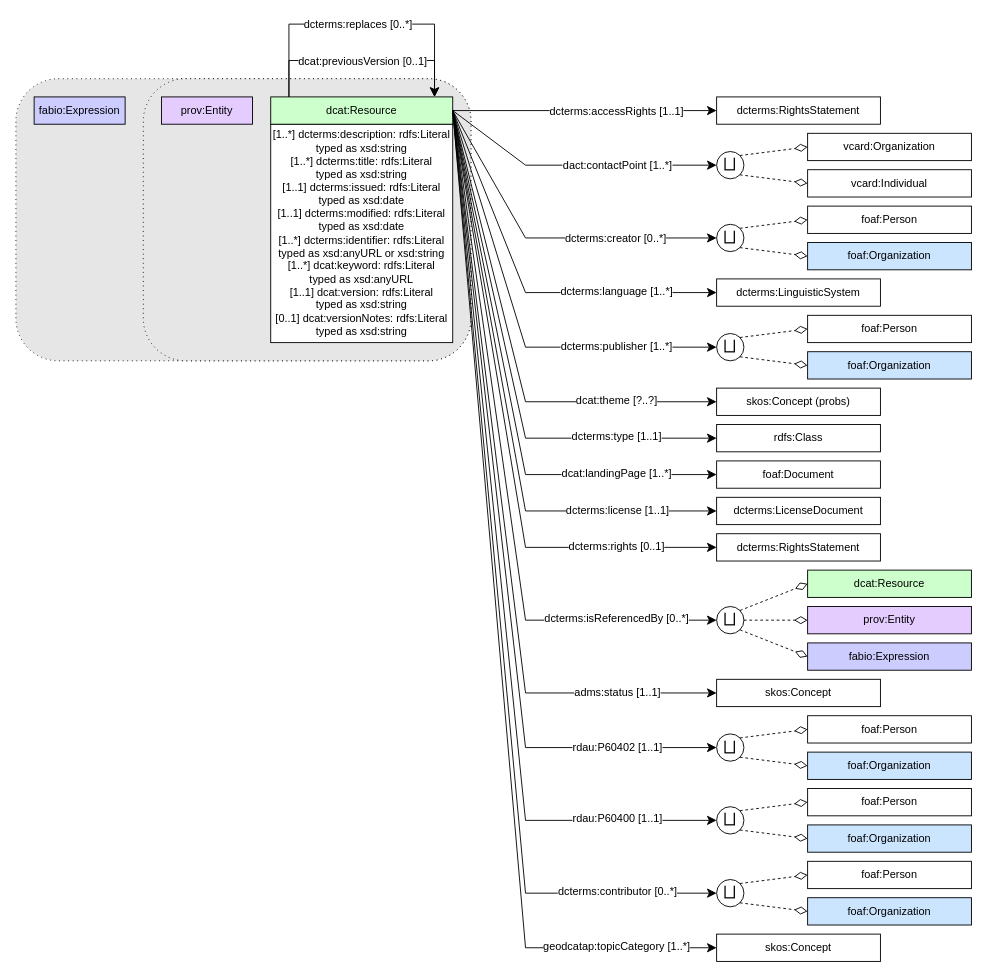
NERC-CEH/digital-objects-ontology keeps this draw.io diagram as CEH-DCAT-AP/CEH-DCAT-AP_diagrams/dcat-resource.drawio. Above is the earlier version. Source tidied: cells renumbered, new cells numbered last; positions are measured from the earlier drawing's top-left corner, leaving out a move shared by most shapes. Both pictures are drawn from the tidied source at 91%, with x=0, y=0 at pixel (15, 24).
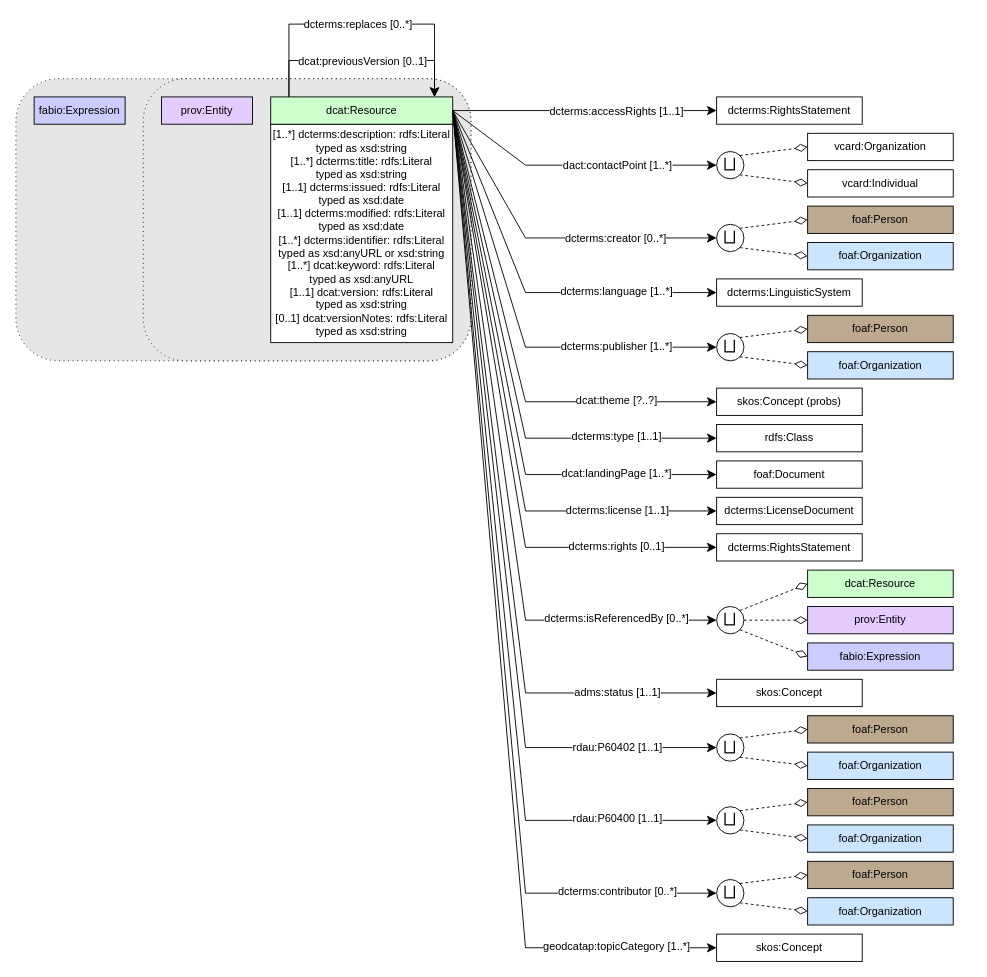
Above is the later version.

Commit message (it also covers changes not shown here):
minor corrections to diagram and updated colour scheme

Change to the diagram source:
```diff
@@
     <mxCell id="10" value="foaf:Organization" style="rounded=0;whiteSpace=wrap;html=1;snapToPoint=1;points=[[0.1,0],[0.2,0],[0.3,0],[0.4,0],[0.5,0],[0.6,0],[0.7,0],[0.8,0],[0.9,0],[0,0.1],[0,0.3],[0,0.5],[0,0.7],[0,0.9],[0.1,1],[0.2,1],[0.3,1],[0.4,1],[0.5,1],[0.6,1],[0.7,1],[0.8,1],[0.9,1],[1,0.1],[1,0.3],[1,0.5],[1,0.7],[1,0.9]];fillColor=#CCE5FF;" parent="1" vertex="1">
-      <mxGeometry x="870" y="240" width="180" height="30" as="geometry" />
+      <mxGeometry x="870" y="240" width="160" height="30" as="geometry" />
     </mxCell>
-    <mxCell id="11" value="foaf:Person" style="rounded=0;whiteSpace=wrap;html=1;snapToPoint=1;points=[[0.1,0],[0.2,0],[0.3,0],[0.4,0],[0.5,0],[0.6,0],[0.7,0],[0.8,0],[0.9,0],[0,0.1],[0,0.3],[0,0.5],[0,0.7],[0,0.9],[0.1,1],[0.2,1],[0.3,1],[0.4,1],[0.5,1],[0.6,1],[0.7,1],[0.8,1],[0.9,1],[1,0.1],[1,0.3],[1,0.5],[1,0.7],[1,0.9]];" parent="1" vertex="1">
-      <mxGeometry x="870" y="200" width="180" height="30" as="geometry" />
+    <mxCell id="11" value="foaf:Person" style="rounded=0;whiteSpace=wrap;html=1;snapToPoint=1;points=[[0.1,0],[0.2,0],[0.3,0],[0.4,0],[0.5,0],[0.6,0],[0.7,0],[0.8,0],[0.9,0],[0,0.1],[0,0.3],[0,0.5],[0,0.7],[0,0.9],[0.1,1],[0.2,1],[0.3,1],[0.4,1],[0.5,1],[0.6,1],[0.7,1],[0.8,1],[0.9,1],[1,0.1],[1,0.3],[1,0.5],[1,0.7],[1,0.9]];fillColor=#BDA890;" parent="1" vertex="1">
+      <mxGeometry x="870" y="200" width="160" height="30" as="geometry" />
     </mxCell>
     <mxCell id="12" value="vcard:Individual" style="rounded=0;whiteSpace=wrap;html=1;snapToPoint=1;points=[[0.1,0],[0.2,0],[0.3,0],[0.4,0],[0.5,0],[0.6,0],[0.7,0],[0.8,0],[0.9,0],[0,0.1],[0,0.3],[0,0.5],[0,0.7],[0,0.9],[0.1,1],[0.2,1],[0.3,1],[0.4,1],[0.5,1],[0.6,1],[0.7,1],[0.8,1],[0.9,1],[1,0.1],[1,0.3],[1,0.5],[1,0.7],[1,0.9]];" parent="1" vertex="1">
-      <mxGeometry x="870" y="160" width="180" height="30" as="geometry" />
+      <mxGeometry x="870" y="160" width="160" height="30" as="geometry" />
     </mxCell>
     <mxCell id="13" value="dcterms:RightsStatement" style="rounded=0;whiteSpace=wrap;html=1;snapToPoint=1;points=[[0.1,0],[0.2,0],[0.3,0],[0.4,0],[0.5,0],[0.6,0],[0.7,0],[0.8,0],[0.9,0],[0,0.1],[0,0.3],[0,0.5],[0,0.7],[0,0.9],[0.1,1],[0.2,1],[0.3,1],[0.4,1],[0.5,1],[0.6,1],[0.7,1],[0.8,1],[0.9,1],[1,0.1],[1,0.3],[1,0.5],[1,0.7],[1,0.9]];" parent="1" vertex="1">
-      <mxGeometry x="770" y="80" width="180" height="30" as="geometry" />
+      <mxGeometry x="770" y="80" width="160" height="30" as="geometry" />
     </mxCell>
     <mxCell id="14" value="vcard:Organization" style="rounded=0;whiteSpace=wrap;html=1;snapToPoint=1;points=[[0.1,0],[0.2,0],[0.3,0],[0.4,0],[0.5,0],[0.6,0],[0.7,0],[0.8,0],[0.9,0],[0,0.1],[0,0.3],[0,0.5],[0,0.7],[0,0.9],[0.1,1],[0.2,1],[0.3,1],[0.4,1],[0.5,1],[0.6,1],[0.7,1],[0.8,1],[0.9,1],[1,0.1],[1,0.3],[1,0.5],[1,0.7],[1,0.9]];" parent="1" vertex="1">
-      <mxGeometry x="870" y="120" width="180" height="30" as="geometry" />
+      <mxGeometry x="870" y="120" width="160" height="30" as="geometry" />
     </mxCell>
@@
     <mxCell id="24" value="dcterms:LinguisticSystem" style="rounded=0;whiteSpace=wrap;html=1;snapToPoint=1;points=[[0.1,0],[0.2,0],[0.3,0],[0.4,0],[0.5,0],[0.6,0],[0.7,0],[0.8,0],[0.9,0],[0,0.1],[0,0.3],[0,0.5],[0,0.7],[0,0.9],[0.1,1],[0.2,1],[0.3,1],[0.4,1],[0.5,1],[0.6,1],[0.7,1],[0.8,1],[0.9,1],[1,0.1],[1,0.3],[1,0.5],[1,0.7],[1,0.9]];" parent="1" vertex="1">
-      <mxGeometry x="770" y="280" width="180" height="30" as="geometry" />
+      <mxGeometry x="770" y="280" width="160" height="30" as="geometry" />
     </mxCell>
@@
     <mxCell id="35" value="foaf:Organization" style="rounded=0;whiteSpace=wrap;html=1;snapToPoint=1;points=[[0.1,0],[0.2,0],[0.3,0],[0.4,0],[0.5,0],[0.6,0],[0.7,0],[0.8,0],[0.9,0],[0,0.1],[0,0.3],[0,0.5],[0,0.7],[0,0.9],[0.1,1],[0.2,1],[0.3,1],[0.4,1],[0.5,1],[0.6,1],[0.7,1],[0.8,1],[0.9,1],[1,0.1],[1,0.3],[1,0.5],[1,0.7],[1,0.9]];fillColor=#CCE5FF;" parent="1" vertex="1">
-      <mxGeometry x="870" y="360" width="180" height="30" as="geometry" />
+      <mxGeometry x="870" y="360" width="160" height="30" as="geometry" />
     </mxCell>
-    <mxCell id="36" value="foaf:Person" style="rounded=0;whiteSpace=wrap;html=1;snapToPoint=1;points=[[0.1,0],[0.2,0],[0.3,0],[0.4,0],[0.5,0],[0.6,0],[0.7,0],[0.8,0],[0.9,0],[0,0.1],[0,0.3],[0,0.5],[0,0.7],[0,0.9],[0.1,1],[0.2,1],[0.3,1],[0.4,1],[0.5,1],[0.6,1],[0.7,1],[0.8,1],[0.9,1],[1,0.1],[1,0.3],[1,0.5],[1,0.7],[1,0.9]];" parent="1" vertex="1">
-      <mxGeometry x="870" y="320" width="180" height="30" as="geometry" />
+    <mxCell id="36" value="foaf:Person" style="rounded=0;whiteSpace=wrap;html=1;snapToPoint=1;points=[[0.1,0],[0.2,0],[0.3,0],[0.4,0],[0.5,0],[0.6,0],[0.7,0],[0.8,0],[0.9,0],[0,0.1],[0,0.3],[0,0.5],[0,0.7],[0,0.9],[0.1,1],[0.2,1],[0.3,1],[0.4,1],[0.5,1],[0.6,1],[0.7,1],[0.8,1],[0.9,1],[1,0.1],[1,0.3],[1,0.5],[1,0.7],[1,0.9]];fillColor=#BDA890;" parent="1" vertex="1">
+      <mxGeometry x="870" y="320" width="160" height="30" as="geometry" />
     </mxCell>
@@
     <mxCell id="43" value="skos:Concept (probs)" style="rounded=0;whiteSpace=wrap;html=1;snapToPoint=1;points=[[0.1,0],[0.2,0],[0.3,0],[0.4,0],[0.5,0],[0.6,0],[0.7,0],[0.8,0],[0.9,0],[0,0.1],[0,0.3],[0,0.5],[0,0.7],[0,0.9],[0.1,1],[0.2,1],[0.3,1],[0.4,1],[0.5,1],[0.6,1],[0.7,1],[0.8,1],[0.9,1],[1,0.1],[1,0.3],[1,0.5],[1,0.7],[1,0.9]];" parent="1" vertex="1">
-      <mxGeometry x="770" y="400" width="180" height="30" as="geometry" />
+      <mxGeometry x="770" y="400" width="160" height="30" as="geometry" />
     </mxCell>
@@
     <mxCell id="46" value="rdfs:Class" style="rounded=0;whiteSpace=wrap;html=1;snapToPoint=1;points=[[0.1,0],[0.2,0],[0.3,0],[0.4,0],[0.5,0],[0.6,0],[0.7,0],[0.8,0],[0.9,0],[0,0.1],[0,0.3],[0,0.5],[0,0.7],[0,0.9],[0.1,1],[0.2,1],[0.3,1],[0.4,1],[0.5,1],[0.6,1],[0.7,1],[0.8,1],[0.9,1],[1,0.1],[1,0.3],[1,0.5],[1,0.7],[1,0.9]];" parent="1" vertex="1">
-      <mxGeometry x="770" y="440" width="180" height="30" as="geometry" />
+      <mxGeometry x="770" y="440" width="160" height="30" as="geometry" />
     </mxCell>
@@
     <mxCell id="49" value="foaf:Document" style="rounded=0;whiteSpace=wrap;html=1;snapToPoint=1;points=[[0.1,0],[0.2,0],[0.3,0],[0.4,0],[0.5,0],[0.6,0],[0.7,0],[0.8,0],[0.9,0],[0,0.1],[0,0.3],[0,0.5],[0,0.7],[0,0.9],[0.1,1],[0.2,1],[0.3,1],[0.4,1],[0.5,1],[0.6,1],[0.7,1],[0.8,1],[0.9,1],[1,0.1],[1,0.3],[1,0.5],[1,0.7],[1,0.9]];" parent="1" vertex="1">
-      <mxGeometry x="770" y="480" width="180" height="30" as="geometry" />
+      <mxGeometry x="770" y="480" width="160" height="30" as="geometry" />
     </mxCell>
@@
     <mxCell id="52" value="dcterms:LicenseDocument" style="rounded=0;whiteSpace=wrap;html=1;snapToPoint=1;points=[[0.1,0],[0.2,0],[0.3,0],[0.4,0],[0.5,0],[0.6,0],[0.7,0],[0.8,0],[0.9,0],[0,0.1],[0,0.3],[0,0.5],[0,0.7],[0,0.9],[0.1,1],[0.2,1],[0.3,1],[0.4,1],[0.5,1],[0.6,1],[0.7,1],[0.8,1],[0.9,1],[1,0.1],[1,0.3],[1,0.5],[1,0.7],[1,0.9]];" parent="1" vertex="1">
-      <mxGeometry x="770" y="520" width="180" height="30" as="geometry" />
+      <mxGeometry x="770" y="520" width="160" height="30" as="geometry" />
     </mxCell>
@@
     <mxCell id="55" value="dcterms:RightsStatement" style="rounded=0;whiteSpace=wrap;html=1;snapToPoint=1;points=[[0.1,0],[0.2,0],[0.3,0],[0.4,0],[0.5,0],[0.6,0],[0.7,0],[0.8,0],[0.9,0],[0,0.1],[0,0.3],[0,0.5],[0,0.7],[0,0.9],[0.1,1],[0.2,1],[0.3,1],[0.4,1],[0.5,1],[0.6,1],[0.7,1],[0.8,1],[0.9,1],[1,0.1],[1,0.3],[1,0.5],[1,0.7],[1,0.9]];" parent="1" vertex="1">
-      <mxGeometry x="770" y="560" width="180" height="30" as="geometry" />
+      <mxGeometry x="770" y="560" width="160" height="30" as="geometry" />
     </mxCell>
@@
     <mxCell id="58" value="prov:Entity" style="rounded=0;whiteSpace=wrap;html=1;snapToPoint=1;points=[[0.1,0],[0.2,0],[0.3,0],[0.4,0],[0.5,0],[0.6,0],[0.7,0],[0.8,0],[0.9,0],[0,0.1],[0,0.3],[0,0.5],[0,0.7],[0,0.9],[0.1,1],[0.2,1],[0.3,1],[0.4,1],[0.5,1],[0.6,1],[0.7,1],[0.8,1],[0.9,1],[1,0.1],[1,0.3],[1,0.5],[1,0.7],[1,0.9]];fillColor=#E5CCFF;" parent="1" vertex="1">
-      <mxGeometry x="870" y="640" width="180" height="30" as="geometry" />
+      <mxGeometry x="870" y="640" width="160" height="30" as="geometry" />
     </mxCell>
     <mxCell id="59" value="dcat:Resource" style="rounded=0;whiteSpace=wrap;html=1;snapToPoint=1;points=[[0.1,0],[0.2,0],[0.3,0],[0.4,0],[0.5,0],[0.6,0],[0.7,0],[0.8,0],[0.9,0],[0,0.1],[0,0.3],[0,0.5],[0,0.7],[0,0.9],[0.1,1],[0.2,1],[0.3,1],[0.4,1],[0.5,1],[0.6,1],[0.7,1],[0.8,1],[0.9,1],[1,0.1],[1,0.3],[1,0.5],[1,0.7],[1,0.9]];fillColor=#CCFFCC;" parent="1" vertex="1">
-      <mxGeometry x="870" y="600" width="180" height="30" as="geometry" />
+      <mxGeometry x="870" y="600" width="160" height="30" as="geometry" />
     </mxCell>
@@
     <mxCell id="64" value="fabio:Expression" style="rounded=0;whiteSpace=wrap;html=1;snapToPoint=1;points=[[0.1,0],[0.2,0],[0.3,0],[0.4,0],[0.5,0],[0.6,0],[0.7,0],[0.8,0],[0.9,0],[0,0.1],[0,0.3],[0,0.5],[0,0.7],[0,0.9],[0.1,1],[0.2,1],[0.3,1],[0.4,1],[0.5,1],[0.6,1],[0.7,1],[0.8,1],[0.9,1],[1,0.1],[1,0.3],[1,0.5],[1,0.7],[1,0.9]];fillColor=#CCCCFF;" parent="1" vertex="1">
-      <mxGeometry x="870" y="680" width="180" height="30" as="geometry" />
+      <mxGeometry x="870" y="680" width="160" height="30" as="geometry" />
     </mxCell>
@@
     <mxCell id="68" value="skos:Concept" style="rounded=0;whiteSpace=wrap;html=1;snapToPoint=1;points=[[0.1,0],[0.2,0],[0.3,0],[0.4,0],[0.5,0],[0.6,0],[0.7,0],[0.8,0],[0.9,0],[0,0.1],[0,0.3],[0,0.5],[0,0.7],[0,0.9],[0.1,1],[0.2,1],[0.3,1],[0.4,1],[0.5,1],[0.6,1],[0.7,1],[0.8,1],[0.9,1],[1,0.1],[1,0.3],[1,0.5],[1,0.7],[1,0.9]];" parent="1" vertex="1">
-      <mxGeometry x="770" y="720" width="180" height="30" as="geometry" />
+      <mxGeometry x="770" y="720" width="160" height="30" as="geometry" />
     </mxCell>
@@
     <mxCell id="71" value="foaf:Organization" style="rounded=0;whiteSpace=wrap;html=1;snapToPoint=1;points=[[0.1,0],[0.2,0],[0.3,0],[0.4,0],[0.5,0],[0.6,0],[0.7,0],[0.8,0],[0.9,0],[0,0.1],[0,0.3],[0,0.5],[0,0.7],[0,0.9],[0.1,1],[0.2,1],[0.3,1],[0.4,1],[0.5,1],[0.6,1],[0.7,1],[0.8,1],[0.9,1],[1,0.1],[1,0.3],[1,0.5],[1,0.7],[1,0.9]];fillColor=#CCE5FF;" parent="1" vertex="1">
-      <mxGeometry x="870" y="800" width="180" height="30" as="geometry" />
+      <mxGeometry x="870" y="800" width="160" height="30" as="geometry" />
     </mxCell>
-    <mxCell id="72" value="foaf:Person" style="rounded=0;whiteSpace=wrap;html=1;snapToPoint=1;points=[[0.1,0],[0.2,0],[0.3,0],[0.4,0],[0.5,0],[0.6,0],[0.7,0],[0.8,0],[0.9,0],[0,0.1],[0,0.3],[0,0.5],[0,0.7],[0,0.9],[0.1,1],[0.2,1],[0.3,1],[0.4,1],[0.5,1],[0.6,1],[0.7,1],[0.8,1],[0.9,1],[1,0.1],[1,0.3],[1,0.5],[1,0.7],[1,0.9]];" parent="1" vertex="1">
-      <mxGeometry x="870" y="760" width="180" height="30" as="geometry" />
+    <mxCell id="72" value="foaf:Person" style="rounded=0;whiteSpace=wrap;html=1;snapToPoint=1;points=[[0.1,0],[0.2,0],[0.3,0],[0.4,0],[0.5,0],[0.6,0],[0.7,0],[0.8,0],[0.9,0],[0,0.1],[0,0.3],[0,0.5],[0,0.7],[0,0.9],[0.1,1],[0.2,1],[0.3,1],[0.4,1],[0.5,1],[0.6,1],[0.7,1],[0.8,1],[0.9,1],[1,0.1],[1,0.3],[1,0.5],[1,0.7],[1,0.9]];fillColor=#BDA890;" parent="1" vertex="1">
+      <mxGeometry x="870" y="760" width="160" height="30" as="geometry" />
     </mxCell>
@@
     <mxCell id="79" value="foaf:Organization" style="rounded=0;whiteSpace=wrap;html=1;snapToPoint=1;points=[[0.1,0],[0.2,0],[0.3,0],[0.4,0],[0.5,0],[0.6,0],[0.7,0],[0.8,0],[0.9,0],[0,0.1],[0,0.3],[0,0.5],[0,0.7],[0,0.9],[0.1,1],[0.2,1],[0.3,1],[0.4,1],[0.5,1],[0.6,1],[0.7,1],[0.8,1],[0.9,1],[1,0.1],[1,0.3],[1,0.5],[1,0.7],[1,0.9]];fillColor=#CCE5FF;" parent="1" vertex="1">
-      <mxGeometry x="870" y="880" width="180" height="30" as="geometry" />
+      <mxGeometry x="870" y="880" width="160" height="30" as="geometry" />
     </mxCell>
-    <mxCell id="80" value="foaf:Person" style="rounded=0;whiteSpace=wrap;html=1;snapToPoint=1;points=[[0.1,0],[0.2,0],[0.3,0],[0.4,0],[0.5,0],[0.6,0],[0.7,0],[0.8,0],[0.9,0],[0,0.1],[0,0.3],[0,0.5],[0,0.7],[0,0.9],[0.1,1],[0.2,1],[0.3,1],[0.4,1],[0.5,1],[0.6,1],[0.7,1],[0.8,1],[0.9,1],[1,0.1],[1,0.3],[1,0.5],[1,0.7],[1,0.9]];" parent="1" vertex="1">
-      <mxGeometry x="870" y="840" width="180" height="30" as="geometry" />
+    <mxCell id="80" value="foaf:Person" style="rounded=0;whiteSpace=wrap;html=1;snapToPoint=1;points=[[0.1,0],[0.2,0],[0.3,0],[0.4,0],[0.5,0],[0.6,0],[0.7,0],[0.8,0],[0.9,0],[0,0.1],[0,0.3],[0,0.5],[0,0.7],[0,0.9],[0.1,1],[0.2,1],[0.3,1],[0.4,1],[0.5,1],[0.6,1],[0.7,1],[0.8,1],[0.9,1],[1,0.1],[1,0.3],[1,0.5],[1,0.7],[1,0.9]];fillColor=#BDA890;" parent="1" vertex="1">
+      <mxGeometry x="870" y="840" width="160" height="30" as="geometry" />
     </mxCell>
@@
     <mxCell id="87" value="foaf:Organization" style="rounded=0;whiteSpace=wrap;html=1;snapToPoint=1;points=[[0.1,0],[0.2,0],[0.3,0],[0.4,0],[0.5,0],[0.6,0],[0.7,0],[0.8,0],[0.9,0],[0,0.1],[0,0.3],[0,0.5],[0,0.7],[0,0.9],[0.1,1],[0.2,1],[0.3,1],[0.4,1],[0.5,1],[0.6,1],[0.7,1],[0.8,1],[0.9,1],[1,0.1],[1,0.3],[1,0.5],[1,0.7],[1,0.9]];fillColor=#CCE5FF;" parent="1" vertex="1">
-      <mxGeometry x="870" y="960" width="180" height="30" as="geometry" />
+      <mxGeometry x="870" y="960" width="160" height="30" as="geometry" />
     </mxCell>
-    <mxCell id="88" value="foaf:Person" style="rounded=0;whiteSpace=wrap;html=1;snapToPoint=1;points=[[0.1,0],[0.2,0],[0.3,0],[0.4,0],[0.5,0],[0.6,0],[0.7,0],[0.8,0],[0.9,0],[0,0.1],[0,0.3],[0,0.5],[0,0.7],[0,0.9],[0.1,1],[0.2,1],[0.3,1],[0.4,1],[0.5,1],[0.6,1],[0.7,1],[0.8,1],[0.9,1],[1,0.1],[1,0.3],[1,0.5],[1,0.7],[1,0.9]];" parent="1" vertex="1">
-      <mxGeometry x="870" y="920" width="180" height="30" as="geometry" />
+    <mxCell id="88" value="foaf:Person" style="rounded=0;whiteSpace=wrap;html=1;snapToPoint=1;points=[[0.1,0],[0.2,0],[0.3,0],[0.4,0],[0.5,0],[0.6,0],[0.7,0],[0.8,0],[0.9,0],[0,0.1],[0,0.3],[0,0.5],[0,0.7],[0,0.9],[0.1,1],[0.2,1],[0.3,1],[0.4,1],[0.5,1],[0.6,1],[0.7,1],[0.8,1],[0.9,1],[1,0.1],[1,0.3],[1,0.5],[1,0.7],[1,0.9]];fillColor=#BDA890;" parent="1" vertex="1">
+      <mxGeometry x="870" y="920" width="160" height="30" as="geometry" />
     </mxCell>
@@
     <mxCell id="95" value="skos:Concept" style="rounded=0;whiteSpace=wrap;html=1;snapToPoint=1;points=[[0.1,0],[0.2,0],[0.3,0],[0.4,0],[0.5,0],[0.6,0],[0.7,0],[0.8,0],[0.9,0],[0,0.1],[0,0.3],[0,0.5],[0,0.7],[0,0.9],[0.1,1],[0.2,1],[0.3,1],[0.4,1],[0.5,1],[0.6,1],[0.7,1],[0.8,1],[0.9,1],[1,0.1],[1,0.3],[1,0.5],[1,0.7],[1,0.9]];" parent="1" vertex="1">
-      <mxGeometry x="770" y="1000" width="180" height="30" as="geometry" />
+      <mxGeometry x="770" y="1000" width="160" height="30" as="geometry" />
     </mxCell>
```
